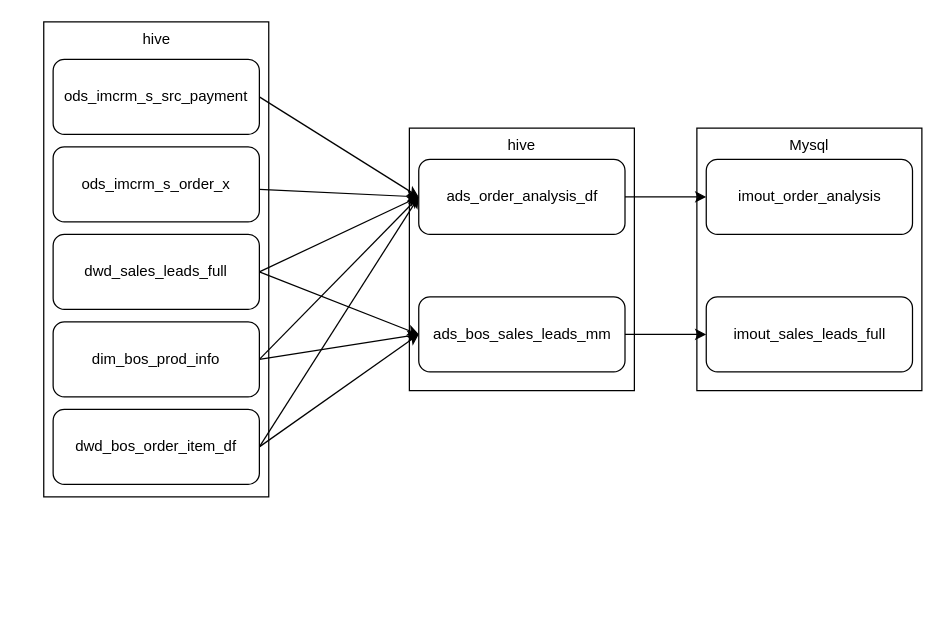
Before: IM_数据中台_DS_订单表增加商品编码字段_数据链路图_V0.10.drawio in taitaibai/test, a draw.io diagram. Source tidied: cells renumbered, new cells numbered last; positions are measured from the earlier drawing's top-left corner, leaving out a move shared by most shapes. Both pictures are drawn from the tidied source at 125%, with x=0, y=0 at pixel (44, 21).
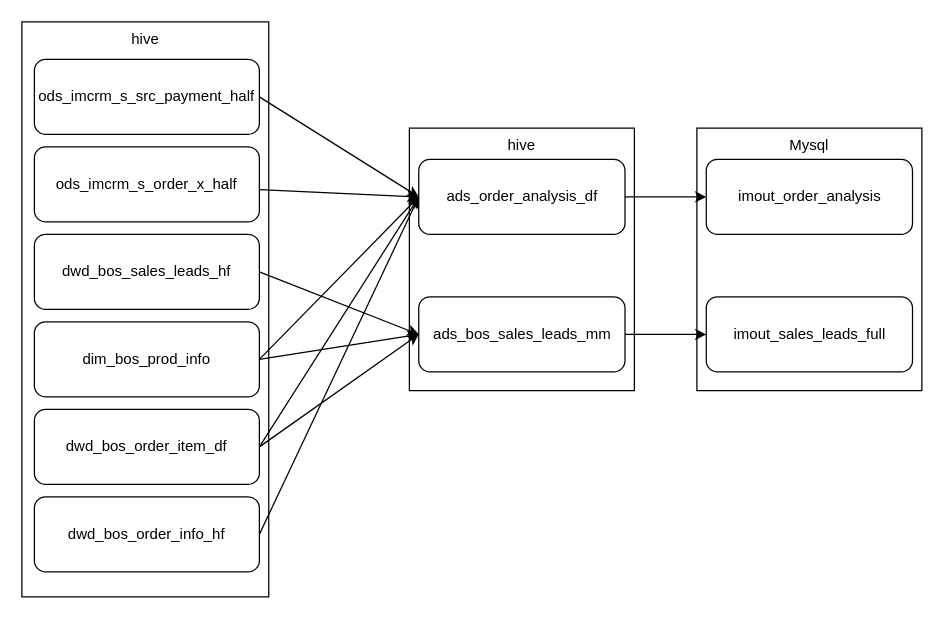
After the change.

Commit message:
更新IM_数据中台_DS_订单表增加商品编码字段_数据链路图_V0.10.drawio

The change refers to these unchanged cells:
```xml
<mxCell id="21" value="ads_order_analysis_df" style="rounded=1;whiteSpace=wrap;html=1;verticalAlign=middle;" parent="1" vertex="1">
  <mxGeometry x="299.5" y="110" width="165" height="60" as="geometry" />
</mxCell>
```

Diff of the diagram source:
```diff
@@
     <mxCell id="4" value="hive" style="rounded=0;whiteSpace=wrap;html=1;verticalAlign=top;" parent="1" vertex="1">
-      <mxGeometry x="-0.5" width="180" height="380" as="geometry" />
+      <mxGeometry x="-18" width="197.5" height="460" as="geometry" />
     </mxCell>
@@
-    <mxCell id="6" value="&lt;span&gt;ods_imcrm_s_src_payment&lt;/span&gt;" style="rounded=1;whiteSpace=wrap;html=1;verticalAlign=middle;" parent="1" vertex="1">
-      <mxGeometry x="7" y="30" width="165" height="60" as="geometry" />
+    <mxCell id="6" value="&lt;span&gt;ods_imcrm_s_src_payment_half&lt;/span&gt;" style="rounded=1;whiteSpace=wrap;html=1;verticalAlign=middle;" parent="1" vertex="1">
+      <mxGeometry x="-8" y="30" width="180" height="60" as="geometry" />
     </mxCell>
@@
-    <mxCell id="8" value="ods_imcrm_s_order_x" style="rounded=1;whiteSpace=wrap;html=1;verticalAlign=middle;" parent="1" vertex="1">
-      <mxGeometry x="7" y="100" width="165" height="60" as="geometry" />
+    <mxCell id="8" value="ods_imcrm_s_order_x_half" style="rounded=1;whiteSpace=wrap;html=1;verticalAlign=middle;" parent="1" vertex="1">
+      <mxGeometry x="-8" y="100" width="180" height="60" as="geometry" />
     </mxCell>
-    <mxCell id="9" style="rounded=0;jettySize=auto;html=1;entryX=0;entryY=0.5;entryDx=0;entryDy=0;exitX=1;exitY=0.5;exitDx=0;exitDy=0;" parent="1" edge="1" source="11" target="21">
-      <mxGeometry relative="1" as="geometry" />
-    </mxCell>
@@
-    <mxCell id="11" value="dwd_sales_leads_full" style="rounded=1;whiteSpace=wrap;html=1;verticalAlign=middle;" parent="1" vertex="1">
-      <mxGeometry x="7" y="170" width="165" height="60" as="geometry" />
+    <mxCell id="11" value="dwd_bos_sales_leads_hf" style="rounded=1;whiteSpace=wrap;html=1;verticalAlign=middle;" parent="1" vertex="1">
+      <mxGeometry x="-8" y="170" width="180" height="60" as="geometry" />
     </mxCell>
@@
     <mxCell id="14" value="dim_bos_prod_info" style="rounded=1;whiteSpace=wrap;html=1;verticalAlign=middle;" parent="1" vertex="1">
-      <mxGeometry x="7" y="240" width="165" height="60" as="geometry" />
+      <mxGeometry x="-8" y="240" width="180" height="60" as="geometry" />
     </mxCell>
@@
     <mxCell id="17" value="dwd_bos_order_item_df" style="rounded=1;whiteSpace=wrap;html=1;verticalAlign=middle;" parent="1" vertex="1">
-      <mxGeometry x="7" y="310" width="165" height="60" as="geometry" />
+      <mxGeometry x="-8" y="310" width="180" height="60" as="geometry" />
     </mxCell>
@@
+    <mxCell id="24" style="rounded=0;jettySize=auto;html=1;entryX=0;entryY=0.5;entryDx=0;entryDy=0;exitX=1;exitY=0.5;exitDx=0;exitDy=0;" parent="1" edge="1" source="25" target="21">
+      <mxGeometry relative="1" as="geometry" />
+    </mxCell>
+    <mxCell id="25" value="dwd_bos_order_info_hf" style="rounded=1;whiteSpace=wrap;html=1;verticalAlign=middle;" parent="1" vertex="1">
+      <mxGeometry x="-8" y="380" width="180" height="60" as="geometry" />
+    </mxCell>
```
